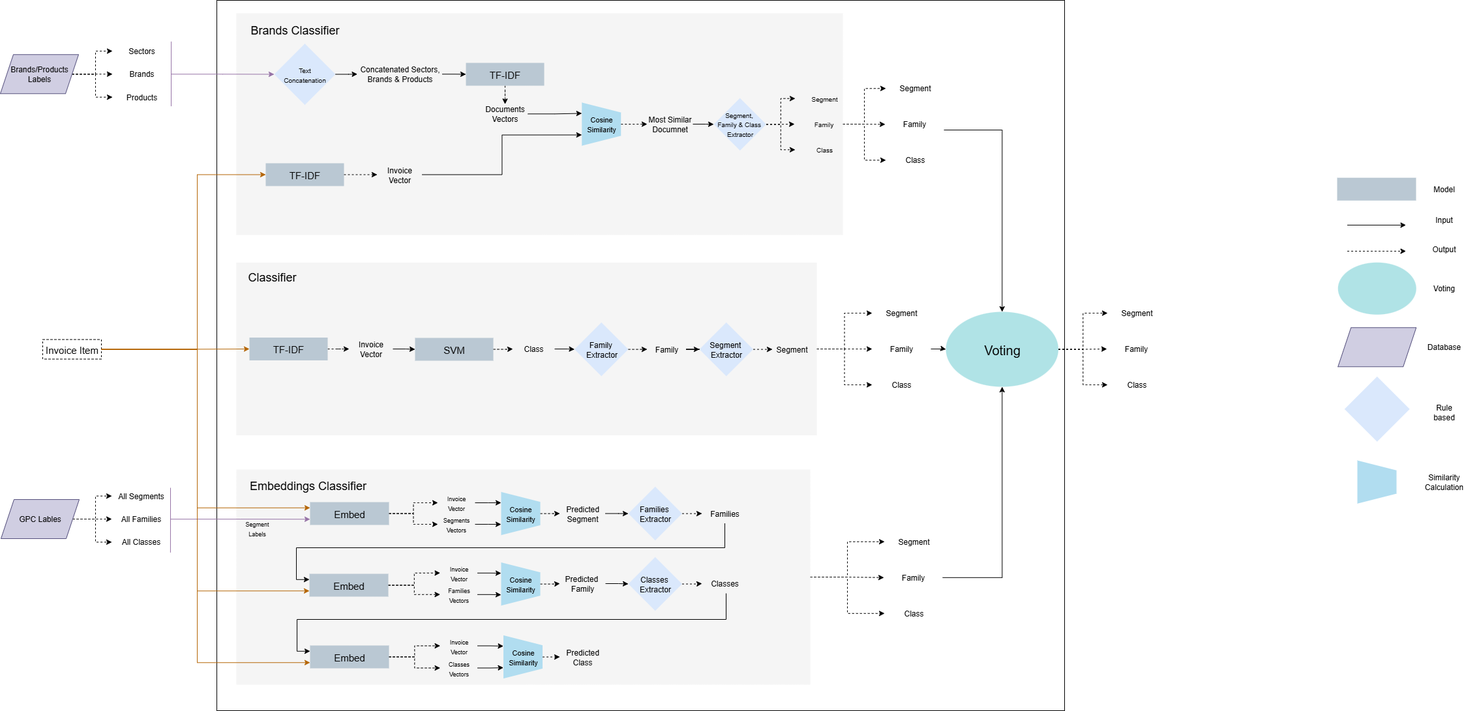
Earlier version of the draw.io export img/architecture_diagram.png (OmarSamirz/Prodify-V2.0). Source tidied: cells renumbered, new cells last; positions are measured from the earlier drawing's top-left corner, leaving out a move shared by most shapes.
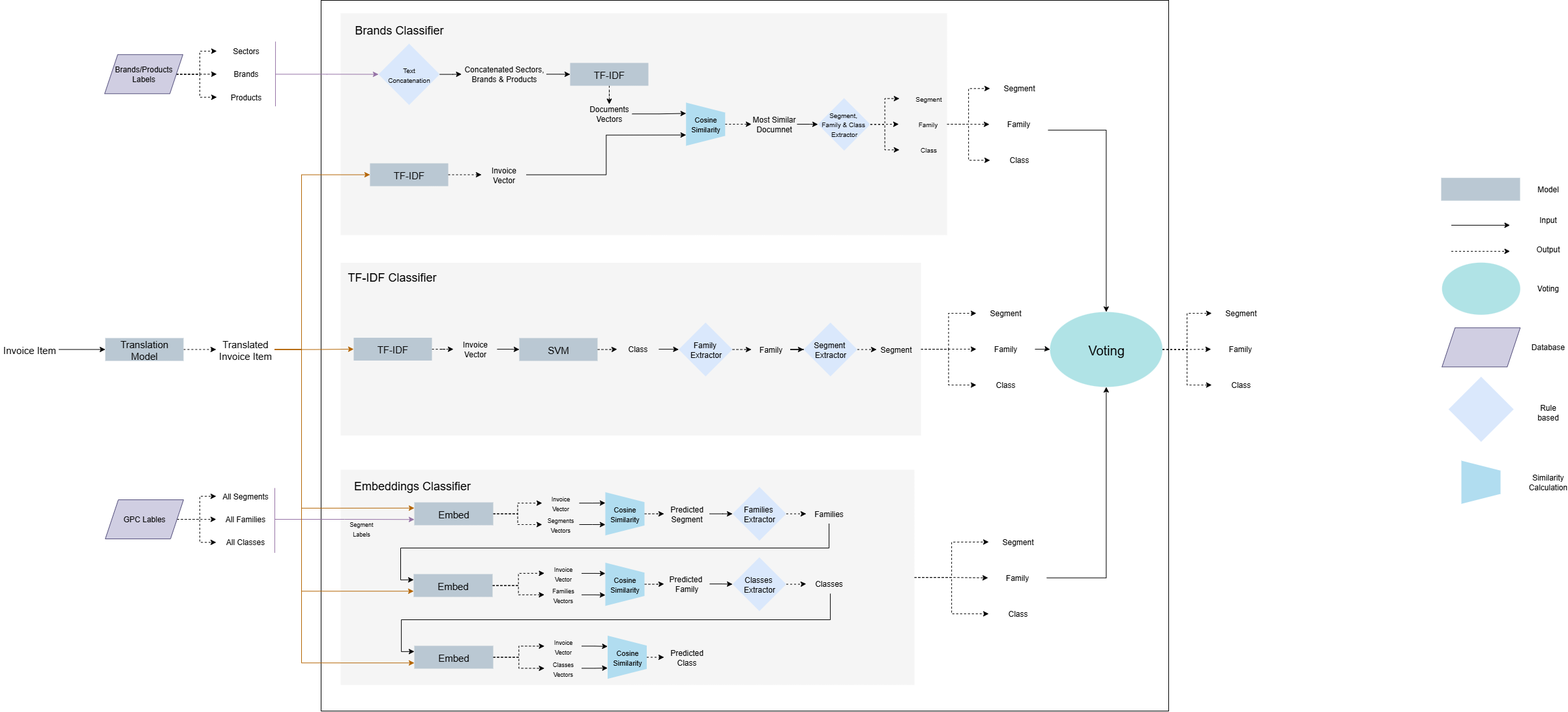
After the commit.

The edit, as a diff of the source:
```diff
@@ -5,8 +5,8 @@
     <mxCell id="2" style="rounded=0;whiteSpace=wrap;html=1;" parent="1" vertex="1">
       <mxGeometry x="332" width="1300" height="1090" as="geometry" />
     </mxCell>
-    <mxCell id="3" value="&lt;font style=&quot;font-size: 15px;&quot;&gt;Invoice Item&lt;/font&gt;" style="text;html=1;align=center;verticalAlign=middle;whiteSpace=wrap;rounded=0;dashed=1;strokeColor=default;" parent="1" vertex="1">
-      <mxGeometry x="65" y="520.5" width="90" height="30" as="geometry" />
+    <mxCell id="3" value="&lt;font style=&quot;font-size: 15px;&quot;&gt;Translated Invoice Item&lt;/font&gt;" style="text;html=1;align=center;verticalAlign=middle;whiteSpace=wrap;rounded=0;strokeColor=none;" parent="1" vertex="1">
+      <mxGeometry x="171" y="520.5" width="90" height="30" as="geometry" />
     </mxCell>
     <mxCell id="4" style="edgeStyle=orthogonalEdgeStyle;rounded=0;jettySize=auto;html=1;entryX=0;entryY=0.5;entryDx=0;entryDy=0;dashed=1;" parent="1" edge="1" source="7" target="18">
       <mxGeometry relative="1" as="geometry" />
@@ -20,8 +20,8 @@
     <mxCell id="7" style="rounded=0;whiteSpace=wrap;html=1;fillColor=#f5f5f5;fontColor=#333333;strokeColor=none;" parent="1" vertex="1">
       <mxGeometry x="362" y="402.5" width="890" height="265" as="geometry" />
     </mxCell>
-    <mxCell id="8" value="&lt;font style=&quot;font-size: 18px;&quot;&gt;Classifier&lt;/font&gt;" style="text;html=1;align=center;verticalAlign=middle;whiteSpace=wrap;rounded=0;strokeColor=none;" parent="1" vertex="1">
-      <mxGeometry x="372" y="410" width="90" height="30" as="geometry" />
+    <mxCell id="8" value="&lt;font style=&quot;font-size: 18px;&quot;&gt;TF-IDF Classifier&lt;/font&gt;" style="text;html=1;align=center;verticalAlign=middle;whiteSpace=wrap;rounded=0;strokeColor=none;" parent="1" vertex="1">
+      <mxGeometry x="372" y="410" width="138" height="30" as="geometry" />
     </mxCell>
     <mxCell id="9" style="edgeStyle=orthogonalEdgeStyle;rounded=0;jettySize=auto;html=1;dashed=1;" parent="1" edge="1" source="10" target="12">
       <mxGeometry relative="1" as="geometry" />
@@ -527,5 +527,17 @@
         </Array>
       </mxGeometry>
     </mxCell>
+    <mxCell id="161" style="edgeStyle=orthogonalEdgeStyle;rounded=0;jettySize=auto;html=1;entryX=0;entryY=0.5;entryDx=0;entryDy=0;dashed=1;" parent="1" edge="1" source="162" target="3">
+      <mxGeometry relative="1" as="geometry" />
+    </mxCell>
+    <mxCell id="162" value="&lt;font style=&quot;font-size: 15px;&quot;&gt;Translation Model&lt;/font&gt;" style="rounded=0;whiteSpace=wrap;html=1;fillColor=#bac8d3;strokeColor=none;" parent="1" vertex="1">
+      <mxGeometry x="1" y="518" width="120" height="35" as="geometry" />
+    </mxCell>
+    <mxCell id="163" style="edgeStyle=orthogonalEdgeStyle;rounded=0;jettySize=auto;html=1;entryX=0;entryY=0.5;entryDx=0;entryDy=0;" parent="1" edge="1" source="164" target="162">
+      <mxGeometry relative="1" as="geometry" />
+    </mxCell>
+    <mxCell id="164" value="&lt;div&gt;&lt;span style=&quot;font-size: 15px; background-color: transparent; color: light-dark(rgb(0, 0, 0), rgb(255, 255, 255));&quot;&gt;Invoice Item&lt;/span&gt;&lt;/div&gt;" style="text;html=1;align=center;verticalAlign=middle;whiteSpace=wrap;rounded=0;strokeColor=none;" parent="1" vertex="1">
+      <mxGeometry x="-160" y="520.5" width="90" height="30" as="geometry" />
+    </mxCell>
   </root>
 </mxGraphModel>
```
